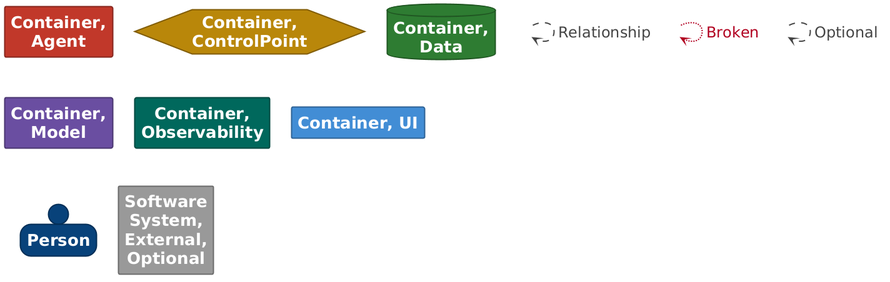
The PlantUML diagram docs/architecture/exports/structurizr-Containers-key.png in allensanborn/agentic-platform-local, before a commit.
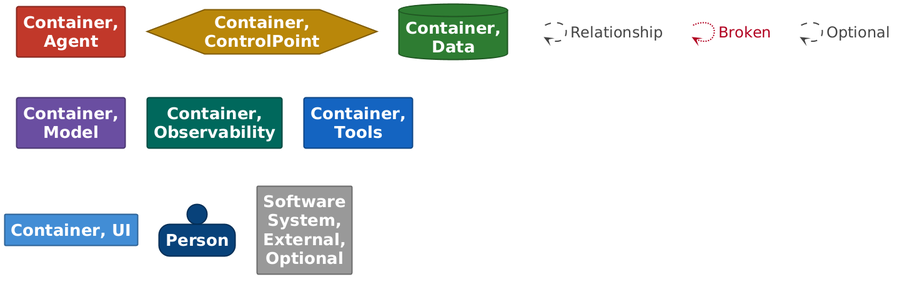
After the change.

Change to the diagram source:
```diff
@@ -60,6 +60,18 @@
   .Element-RWxlbWVudCxDb250YWluZXIsT2JzZXJ2YWJpbGl0eQ== {
     BackgroundColor: #00695c;
     LineColor: #004940;
+    LineStyle: 0;
+    LineThickness: 2;
+    FontColor: #ffffff;
+    FontSize: 24;
+    HorizontalAlignment: center;
+    Shadowing: 0;
+    MaximumWidth: 200;
+  }
+  // Element,Container,Tools
+  .Element-RWxlbWVudCxDb250YWluZXIsVG9vbHM= {
+    BackgroundColor: #1565c0;
+    LineColor: #0e4686;
     LineStyle: 0;
     LineThickness: 2;
     FontColor: #ffffff;
@@ -160,6 +172,8 @@
 
 rectangle "==Container, Observability" <<Element-RWxlbWVudCxDb250YWluZXIsT2JzZXJ2YWJpbGl0eQ==>>
 
+rectangle "==Container, Tools" <<Element-RWxlbWVudCxDb250YWluZXIsVG9vbHM=>>
+
 rectangle "==Container, UI" <<Element-RWxlbWVudCxDb250YWluZXIsVUk=>>
 
 person "==Person" <<Element-RWxlbWVudCxQZXJzb24=>>
```
